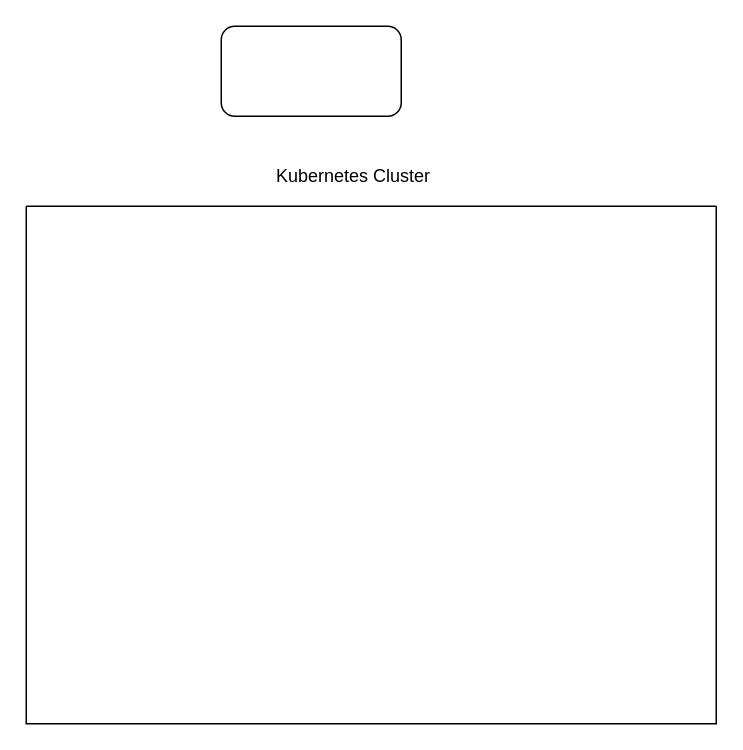
tyger-rareatom/consulting-architectures keeps this draw.io diagram as page "k8s cluster deployments" (2 of 2) of MTN-Architectures.drawio. Above is the earlier version. Source tidied: cells renumbered, new cells numbered last; positions are measured from the earlier drawing's top-left corner, leaving out a move shared by most shapes. Both pictures are drawn from the tidied source at 150%, with x=0, y=0 at pixel (26, 26).
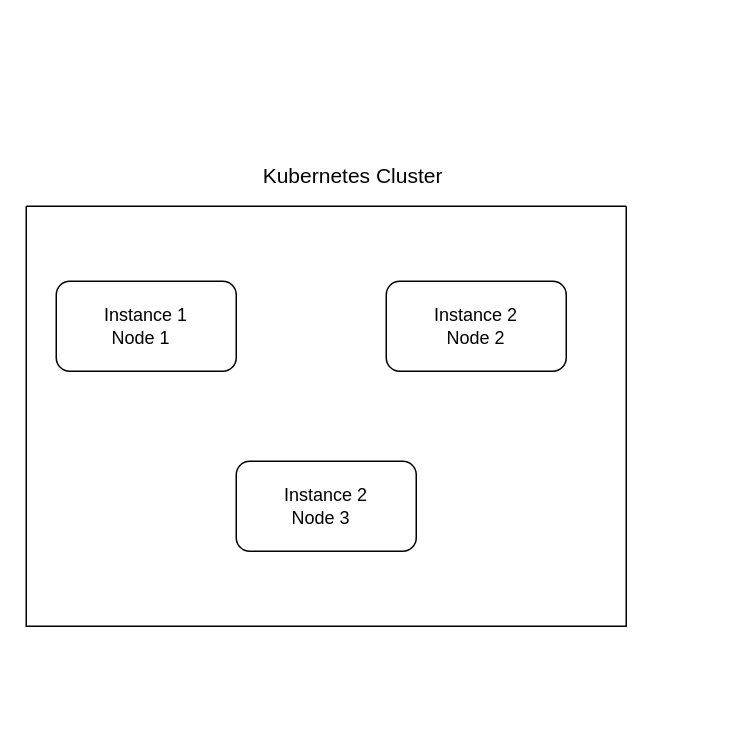
Above is the later version.

What changed in the source:
```diff
@@
 <mxGraphModel>
   <root>
     <mxCell id="0" />
     <mxCell id="1" parent="0" />
+    <mxCell id="3" style="swimlane;startSize=0;" parent="1" vertex="1">
+      <mxGeometry y="120" width="400" height="280" as="geometry" />
+    </mxCell>
-    <mxCell id="2" style="rounded=1;whiteSpace=wrap;html=1;" parent="1" vertex="1">
-      <mxGeometry x="130" width="120" height="60" as="geometry" />
+    <mxCell id="2" value="Instance 1&lt;br&gt;Node 1&amp;nbsp;&amp;nbsp;" style="rounded=1;whiteSpace=wrap;html=1;" parent="3" vertex="1">
+      <mxGeometry x="20" y="50" width="120" height="60" as="geometry" />
     </mxCell>
-    <mxCell id="3" style="swimlane;startSize=0;" parent="1" vertex="1">
-      <mxGeometry y="120" width="460" height="345" as="geometry" />
-    </mxCell>
+    <mxCell id="5" value="Instance 2&lt;br&gt;Node 2" style="rounded=1;whiteSpace=wrap;html=1;" parent="3" vertex="1">
+      <mxGeometry x="240" y="50" width="120" height="60" as="geometry" />
+    </mxCell>
+    <mxCell id="6" value="Instance 2&lt;br&gt;Node 3&amp;nbsp;&amp;nbsp;" style="rounded=1;whiteSpace=wrap;html=1;" parent="3" vertex="1">
+      <mxGeometry x="140" y="170" width="120" height="60" as="geometry" />
+    </mxCell>
-    <mxCell id="4" value="Kubernetes Cluster&amp;nbsp;" style="text;html=1;strokeColor=none;fillColor=none;align=center;verticalAlign=middle;whiteSpace=wrap;rounded=0;" parent="1" vertex="1">
+    <mxCell id="4" value="&lt;font style=&quot;font-size: 14px&quot;&gt;Kubernetes Cluster&amp;nbsp;&lt;/font&gt;" style="text;html=1;strokeColor=none;fillColor=none;align=center;verticalAlign=middle;whiteSpace=wrap;rounded=0;" parent="1" vertex="1">
       <mxGeometry x="120" y="90" width="200" height="20" as="geometry" />
     </mxCell>
   </root>
 </mxGraphModel>
```
